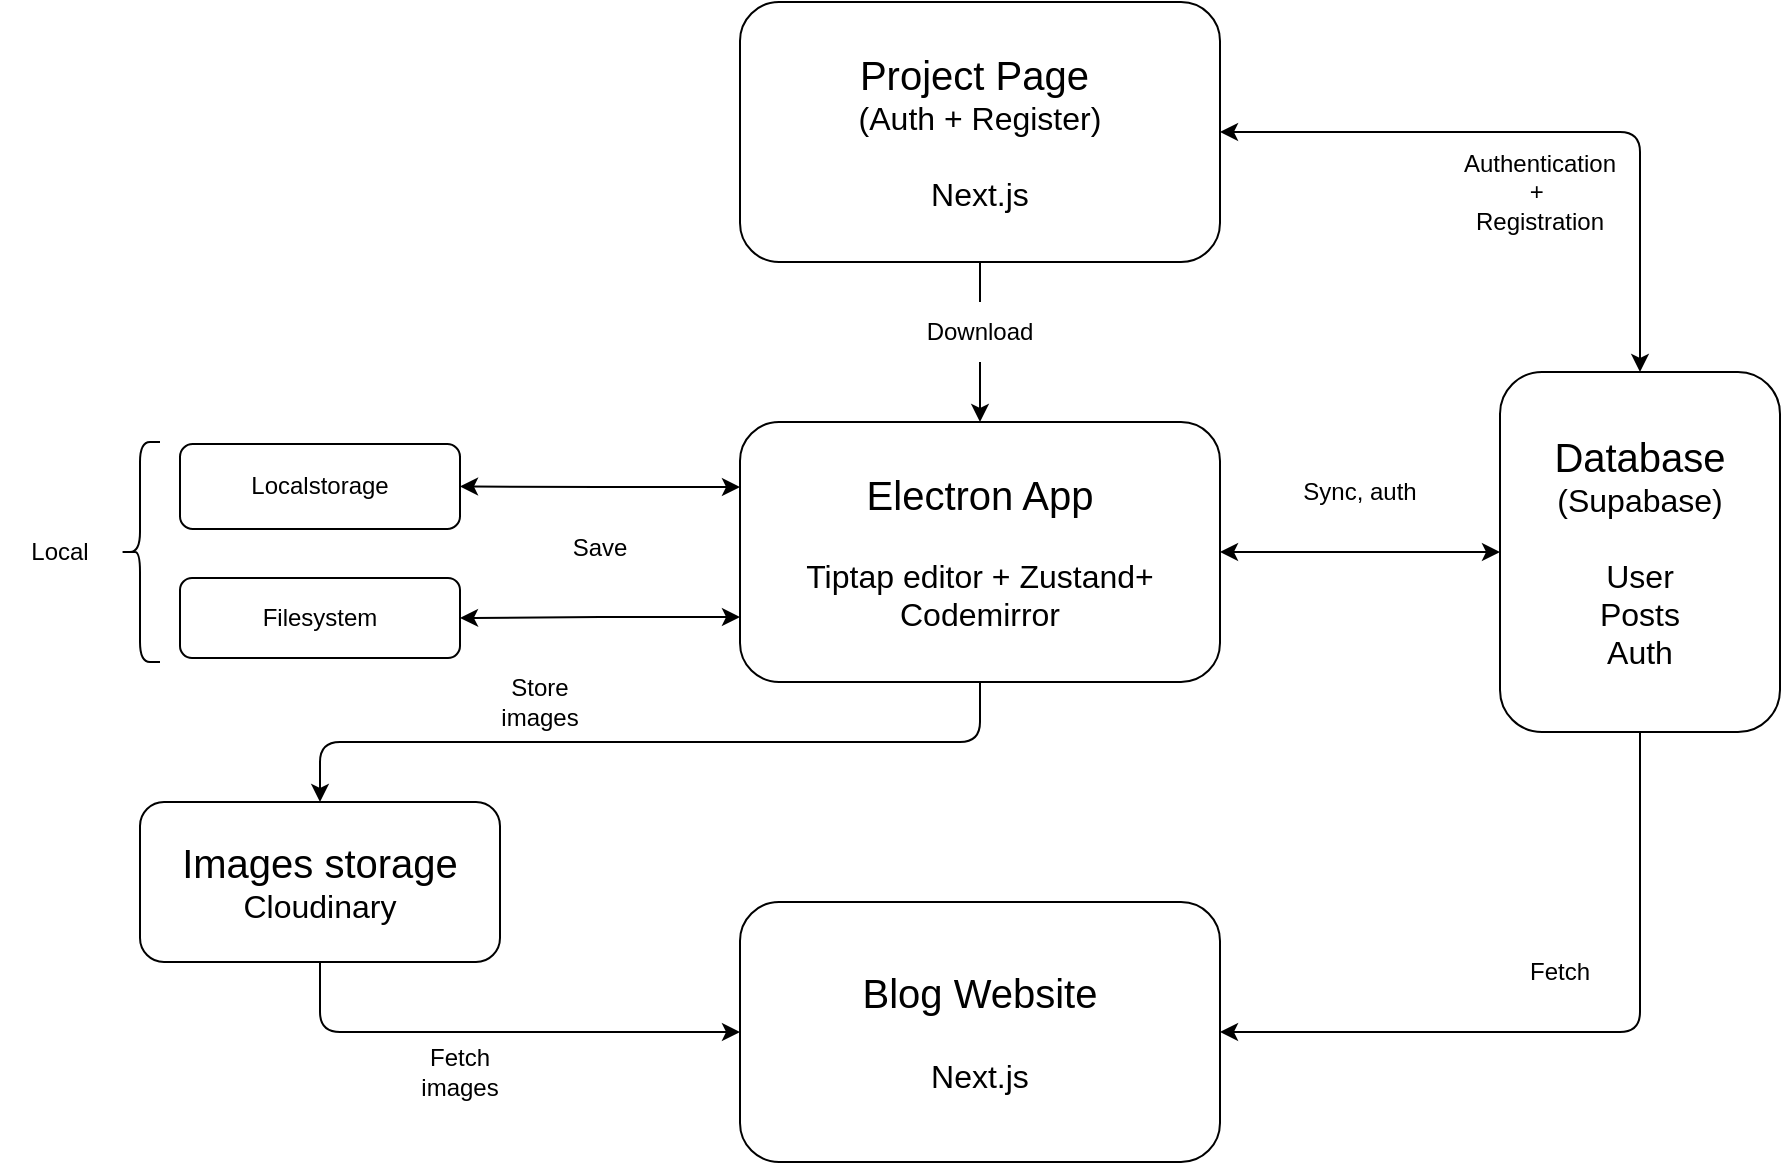
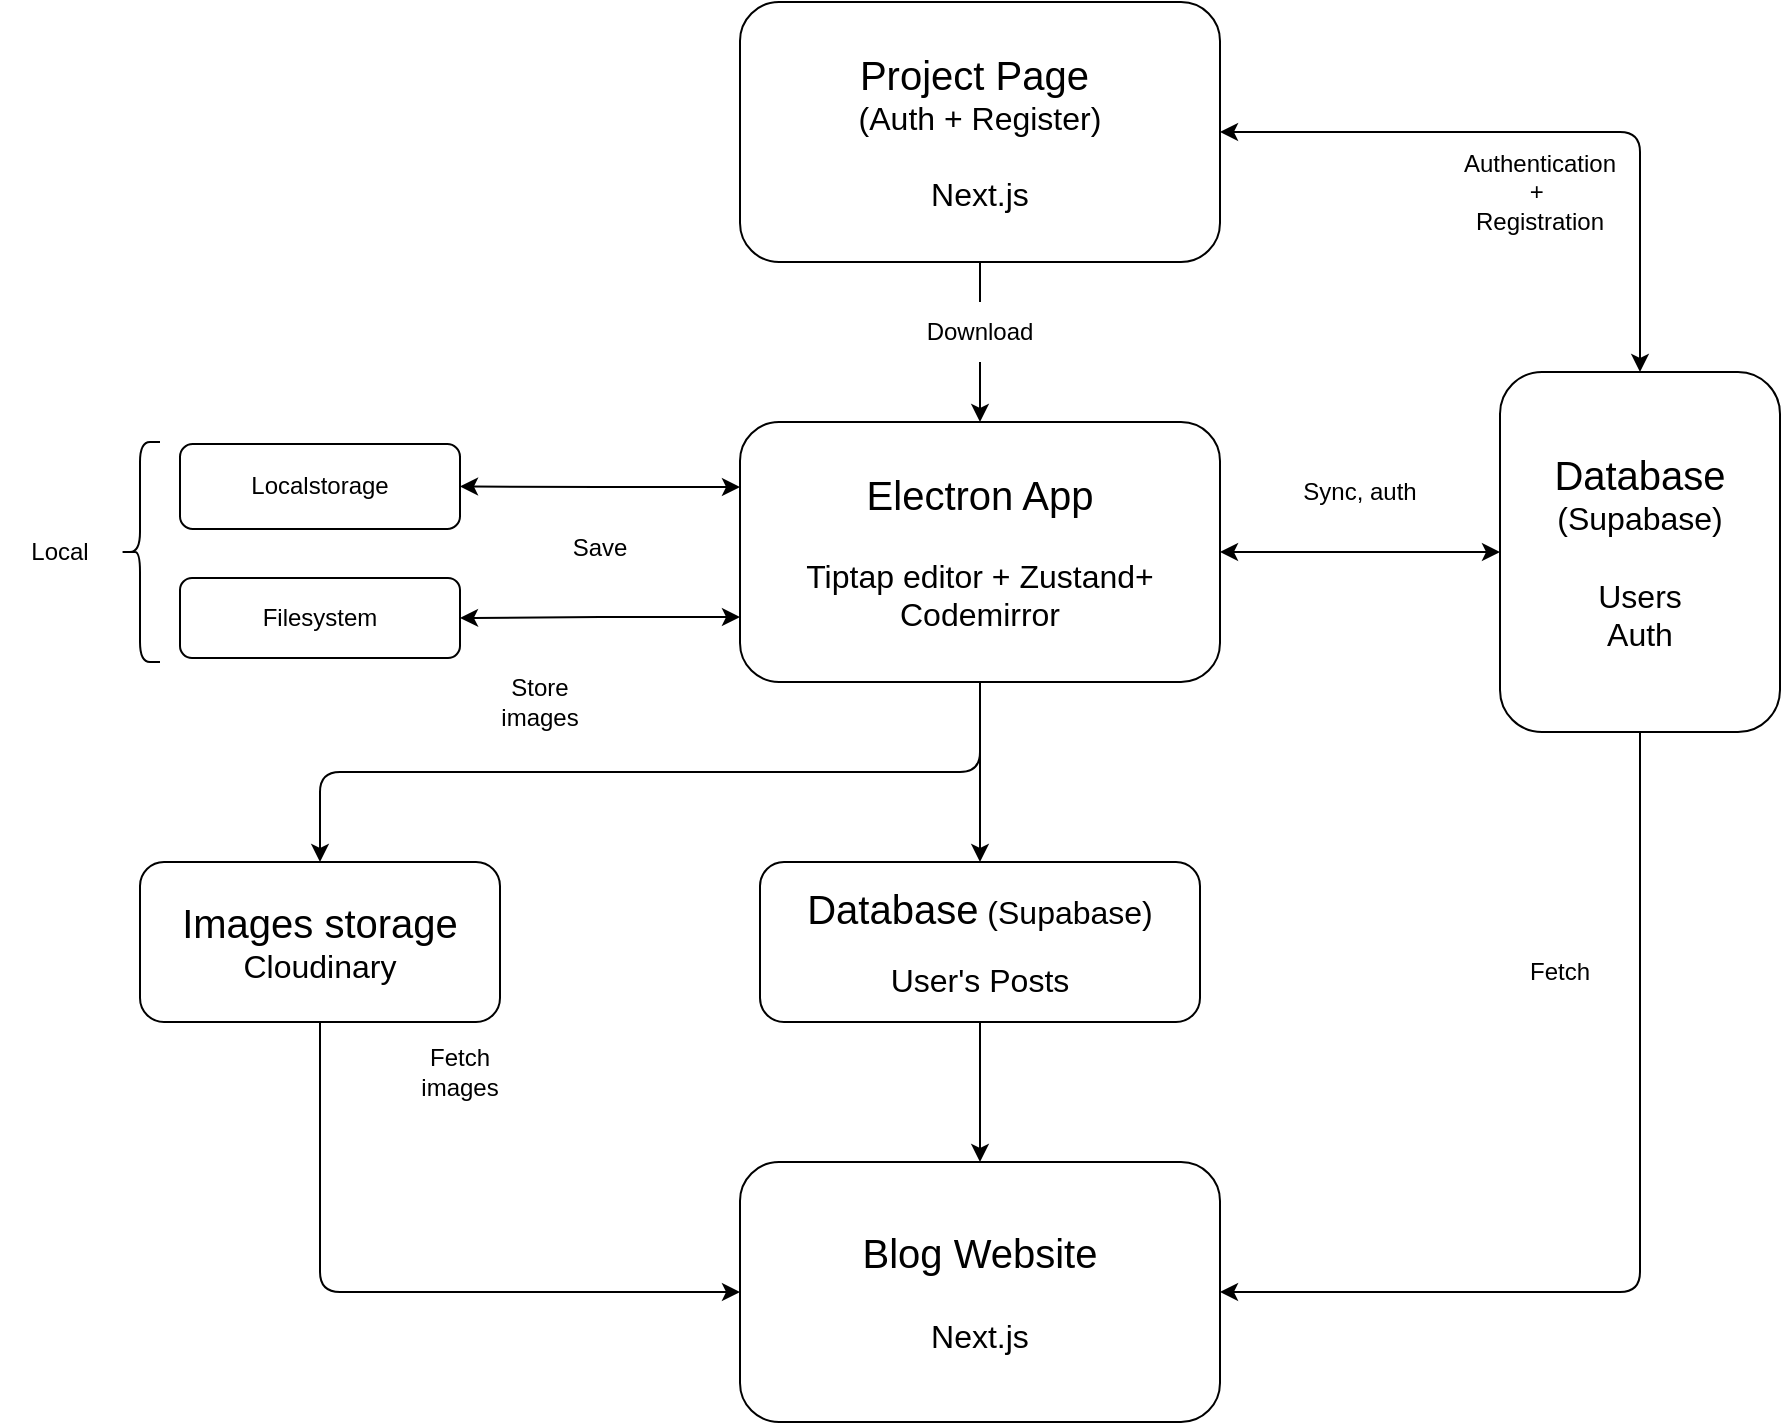
<mxfile host="app.diagrams.net">
  <diagram name="Página-1" id="Ov4H8QZxHRL6zFBvUA3Z">
-     <mxGraphModel dx="1570" dy="684" grid="1" gridSize="10" guides="1" tooltips="1" connect="1" arrows="1" fold="1" page="1" pageScale="1" pageWidth="2339" pageHeight="3300" math="0" shadow="0">
+     <mxGraphModel dx="1373" dy="598" grid="1" gridSize="10" guides="1" tooltips="1" connect="1" arrows="1" fold="1" page="1" pageScale="1" pageWidth="2339" pageHeight="3300" math="0" shadow="0">
      <root>
        <mxCell id="0" />
        <mxCell id="1" parent="0" />
        <mxCell id="NtwE37go12smj8WTYjW8-29" edge="1" parent="1" source="KEHBypfiPnHfp0EBQFIf-1" style="edgeStyle=orthogonalEdgeStyle;rounded=1;orthogonalLoop=1;jettySize=auto;html=1;exitX=0.5;exitY=1;exitDx=0;exitDy=0;entryX=0.5;entryY=0;entryDx=0;entryDy=0;curved=0;" target="NtwE37go12smj8WTYjW8-28">
          <mxGeometry relative="1" as="geometry" />
        </mxCell>
        <mxCell id="NtwE37go12smj8WTYjW8-33" edge="1" parent="1" source="KEHBypfiPnHfp0EBQFIf-1" style="edgeStyle=orthogonalEdgeStyle;rounded=0;orthogonalLoop=1;jettySize=auto;html=1;exitX=1;exitY=0.5;exitDx=0;exitDy=0;entryX=0;entryY=0.5;entryDx=0;entryDy=0;startArrow=classic;startFill=1;" target="KEHBypfiPnHfp0EBQFIf-5">
          <mxGeometry relative="1" as="geometry" />
        </mxCell>
        <mxCell id="NtwE37go12smj8WTYjW8-40" edge="1" parent="1" source="KEHBypfiPnHfp0EBQFIf-1" style="edgeStyle=orthogonalEdgeStyle;rounded=0;orthogonalLoop=1;jettySize=auto;html=1;exitX=0;exitY=0.25;exitDx=0;exitDy=0;entryX=1;entryY=0.5;entryDx=0;entryDy=0;startArrow=classic;startFill=1;" target="KEHBypfiPnHfp0EBQFIf-3">
          <mxGeometry relative="1" as="geometry" />
        </mxCell>
        <mxCell id="NtwE37go12smj8WTYjW8-41" edge="1" parent="1" source="KEHBypfiPnHfp0EBQFIf-1" style="edgeStyle=orthogonalEdgeStyle;rounded=0;orthogonalLoop=1;jettySize=auto;html=1;exitX=0;exitY=0.75;exitDx=0;exitDy=0;entryX=1;entryY=0.5;entryDx=0;entryDy=0;startArrow=classic;startFill=1;" target="KEHBypfiPnHfp0EBQFIf-7">
          <mxGeometry relative="1" as="geometry" />
        </mxCell>
+         <mxCell id="6twvnHkaNJoNjpq674TJ-2" edge="1" parent="1" source="KEHBypfiPnHfp0EBQFIf-1" style="edgeStyle=orthogonalEdgeStyle;rounded=0;orthogonalLoop=1;jettySize=auto;html=1;exitX=0.5;exitY=1;exitDx=0;exitDy=0;entryX=0.5;entryY=0;entryDx=0;entryDy=0;" target="6twvnHkaNJoNjpq674TJ-1">
+           <mxGeometry relative="1" as="geometry" />
+         </mxCell>
        <mxCell id="KEHBypfiPnHfp0EBQFIf-1" parent="1" style="rounded=1;whiteSpace=wrap;html=1;" value="&lt;font style=&quot;font-size: 20px;&quot;&gt;Electron App&lt;/font&gt;&lt;div&gt;&lt;font style=&quot;font-size: 16px;&quot;&gt;&lt;br&gt;&lt;/font&gt;&lt;/div&gt;&lt;div&gt;&lt;font style=&quot;font-size: 16px;&quot;&gt;Tiptap editor + Zustand+ Codemirror&lt;/font&gt;&lt;/div&gt;" vertex="1">
          <mxGeometry height="130" width="240" x="720" y="480" as="geometry" />
        </mxCell>
        <mxCell id="KEHBypfiPnHfp0EBQFIf-3" parent="1" style="rounded=1;whiteSpace=wrap;html=1;" value="Localstorage" vertex="1">
          <mxGeometry height="42.5" width="140" x="440" y="491" as="geometry" />
        </mxCell>
-         <mxCell id="KEHBypfiPnHfp0EBQFIf-5" parent="1" style="rounded=1;whiteSpace=wrap;html=1;" value="&lt;font style=&quot;font-size: 20px;&quot;&gt;Database&lt;/font&gt;&lt;font style=&quot;font-size: 16px;&quot;&gt; (Supabase)&lt;/font&gt;&lt;div&gt;&lt;font style=&quot;font-size: 16px;&quot;&gt;&lt;br&gt;&lt;/font&gt;&lt;/div&gt;&lt;div&gt;&lt;font style=&quot;font-size: 16px;&quot;&gt;User&lt;/font&gt;&lt;/div&gt;&lt;div&gt;&lt;font style=&quot;font-size: 16px;&quot;&gt;Posts&lt;/font&gt;&lt;/div&gt;&lt;div&gt;&lt;font style=&quot;font-size: 16px;&quot;&gt;Auth&lt;/font&gt;&lt;/div&gt;" vertex="1">
+         <mxCell id="KEHBypfiPnHfp0EBQFIf-5" parent="1" style="rounded=1;whiteSpace=wrap;html=1;" value="&lt;font style=&quot;font-size: 20px;&quot;&gt;Database&lt;/font&gt;&lt;font style=&quot;font-size: 16px;&quot;&gt; (Supabase)&lt;/font&gt;&lt;div&gt;&lt;font style=&quot;font-size: 16px;&quot;&gt;&lt;br&gt;&lt;/font&gt;&lt;/div&gt;&lt;div&gt;&lt;font style=&quot;font-size: 16px;&quot;&gt;Users&lt;/font&gt;&lt;/div&gt;&lt;div&gt;&lt;font style=&quot;font-size: 16px;&quot;&gt;Auth&lt;/font&gt;&lt;/div&gt;" vertex="1">
          <mxGeometry height="180" width="140" x="1100" y="455" as="geometry" />
        </mxCell>
        <mxCell id="KEHBypfiPnHfp0EBQFIf-7" parent="1" style="rounded=1;whiteSpace=wrap;html=1;" value="Filesystem" vertex="1">
          <mxGeometry height="40" width="140" x="440" y="558" as="geometry" />
        </mxCell>
        <mxCell id="KEHBypfiPnHfp0EBQFIf-8" parent="1" style="text;html=1;whiteSpace=wrap;strokeColor=none;fillColor=none;align=center;verticalAlign=middle;rounded=0;" value="Save" vertex="1">
          <mxGeometry height="30" width="60" x="620" y="528" as="geometry" />
        </mxCell>
        <mxCell id="KEHBypfiPnHfp0EBQFIf-9" parent="1" style="text;html=1;whiteSpace=wrap;strokeColor=none;fillColor=none;align=center;verticalAlign=middle;rounded=0;" value="Local" vertex="1">
          <mxGeometry height="30" width="60" x="350" y="530" as="geometry" />
        </mxCell>
        <mxCell id="KEHBypfiPnHfp0EBQFIf-10" parent="1" style="text;html=1;whiteSpace=wrap;strokeColor=none;fillColor=none;align=center;verticalAlign=middle;rounded=0;" value="Sync, auth" vertex="1">
          <mxGeometry height="30" width="60" x="1000" y="500" as="geometry" />
        </mxCell>
        <mxCell id="KEHBypfiPnHfp0EBQFIf-11" parent="1" style="shape=curlyBracket;whiteSpace=wrap;html=1;rounded=1;labelPosition=left;verticalLabelPosition=middle;align=right;verticalAlign=middle;" value="" vertex="1">
          <mxGeometry height="110" width="20" x="410" y="490" as="geometry" />
        </mxCell>
        <mxCell id="NtwE37go12smj8WTYjW8-31" edge="1" parent="1" source="NtwE37go12smj8WTYjW8-3" style="edgeStyle=orthogonalEdgeStyle;rounded=1;orthogonalLoop=1;jettySize=auto;html=1;exitX=1;exitY=0.5;exitDx=0;exitDy=0;entryX=0.5;entryY=1;entryDx=0;entryDy=0;startArrow=classic;startFill=1;endArrow=none;endFill=0;curved=0;" target="KEHBypfiPnHfp0EBQFIf-5">
          <mxGeometry relative="1" as="geometry" />
        </mxCell>
        <mxCell id="NtwE37go12smj8WTYjW8-3" parent="1" style="rounded=1;whiteSpace=wrap;html=1;" value="&lt;font style=&quot;font-size: 20px;&quot;&gt;Blog Website&lt;/font&gt;&lt;div&gt;&lt;font style=&quot;font-size: 16px;&quot;&gt;&lt;br&gt;&lt;/font&gt;&lt;/div&gt;&lt;div&gt;&lt;font style=&quot;font-size: 16px;&quot;&gt;Next.js&lt;/font&gt;&lt;/div&gt;" vertex="1">
-           <mxGeometry height="130" width="240" x="720" y="720" as="geometry" />
+           <mxGeometry height="130" width="240" x="720" y="850" as="geometry" />
        </mxCell>
        <mxCell id="NtwE37go12smj8WTYjW8-7" parent="1" style="text;html=1;whiteSpace=wrap;strokeColor=none;fillColor=none;align=center;verticalAlign=middle;rounded=0;" value="Fetch" vertex="1">
          <mxGeometry height="30" width="60" x="1100" y="740" as="geometry" />
        </mxCell>
        <mxCell id="NtwE37go12smj8WTYjW8-36" edge="1" parent="1" source="NtwE37go12smj8WTYjW8-8" style="edgeStyle=orthogonalEdgeStyle;rounded=0;orthogonalLoop=1;jettySize=auto;html=1;exitX=0.5;exitY=1;exitDx=0;exitDy=0;entryX=0.5;entryY=0;entryDx=0;entryDy=0;" target="KEHBypfiPnHfp0EBQFIf-1">
          <mxGeometry relative="1" as="geometry" />
        </mxCell>
        <mxCell id="NtwE37go12smj8WTYjW8-38" edge="1" parent="1" source="NtwE37go12smj8WTYjW8-8" style="edgeStyle=orthogonalEdgeStyle;rounded=1;orthogonalLoop=1;jettySize=auto;html=1;exitX=1;exitY=0.5;exitDx=0;exitDy=0;entryX=0.5;entryY=0;entryDx=0;entryDy=0;startArrow=classic;startFill=1;curved=0;" target="KEHBypfiPnHfp0EBQFIf-5">
          <mxGeometry relative="1" as="geometry" />
        </mxCell>
        <mxCell id="NtwE37go12smj8WTYjW8-8" parent="1" style="rounded=1;whiteSpace=wrap;html=1;" value="&lt;font style=&quot;font-size: 20px;&quot;&gt;Project Page&amp;nbsp;&lt;/font&gt;&lt;div&gt;&lt;font style=&quot;font-size: 16px;&quot;&gt;(Auth + Register)&lt;/font&gt;&lt;/div&gt;&lt;div&gt;&lt;font style=&quot;font-size: 16px;&quot;&gt;&lt;br&gt;&lt;/font&gt;&lt;/div&gt;&lt;div&gt;&lt;font style=&quot;font-size: 16px;&quot;&gt;Next.js&lt;/font&gt;&lt;/div&gt;" vertex="1">
          <mxGeometry height="130" width="240" x="720" y="270" as="geometry" />
        </mxCell>
        <mxCell id="NtwE37go12smj8WTYjW8-22" parent="1" style="text;html=1;whiteSpace=wrap;strokeColor=none;fillColor=default;align=center;verticalAlign=middle;rounded=0;" value="Authentication +&amp;nbsp;&lt;div&gt;Registration&lt;/div&gt;" vertex="1">
          <mxGeometry height="30" width="60" x="1090" y="350" as="geometry" />
        </mxCell>
        <mxCell id="NtwE37go12smj8WTYjW8-30" edge="1" parent="1" source="NtwE37go12smj8WTYjW8-28" style="edgeStyle=orthogonalEdgeStyle;rounded=1;orthogonalLoop=1;jettySize=auto;html=1;exitX=0.5;exitY=1;exitDx=0;exitDy=0;entryX=0;entryY=0.5;entryDx=0;entryDy=0;curved=0;" target="NtwE37go12smj8WTYjW8-3">
          <mxGeometry relative="1" as="geometry" />
        </mxCell>
        <mxCell id="NtwE37go12smj8WTYjW8-28" parent="1" style="rounded=1;whiteSpace=wrap;html=1;" value="&lt;font style=&quot;font-size: 20px;&quot;&gt;Images storage&lt;/font&gt;&lt;div&gt;&lt;font style=&quot;font-size: 16px;&quot;&gt;Cloudinary&lt;/font&gt;&lt;/div&gt;" vertex="1">
-           <mxGeometry height="80" width="180" x="420" y="670" as="geometry" />
+           <mxGeometry height="80" width="180" x="420" y="700" as="geometry" />
        </mxCell>
        <mxCell id="NtwE37go12smj8WTYjW8-37" parent="1" style="text;html=1;whiteSpace=wrap;align=center;verticalAlign=middle;rounded=0;fillColor=default;" value="Download" vertex="1">
          <mxGeometry height="30" width="60" x="810" y="420" as="geometry" />
        </mxCell>
        <mxCell id="NtwE37go12smj8WTYjW8-43" parent="1" style="text;html=1;whiteSpace=wrap;strokeColor=none;fillColor=none;align=center;verticalAlign=middle;rounded=0;" value="Store images" vertex="1">
          <mxGeometry height="30" width="60" x="590" y="605" as="geometry" />
        </mxCell>
        <mxCell id="NtwE37go12smj8WTYjW8-44" parent="1" style="text;html=1;whiteSpace=wrap;strokeColor=none;fillColor=none;align=center;verticalAlign=middle;rounded=0;" value="Fetch images" vertex="1">
          <mxGeometry height="30" width="60" x="550" y="790" as="geometry" />
        </mxCell>
+         <mxCell id="6twvnHkaNJoNjpq674TJ-3" edge="1" parent="1" source="6twvnHkaNJoNjpq674TJ-1" style="edgeStyle=orthogonalEdgeStyle;rounded=0;orthogonalLoop=1;jettySize=auto;html=1;exitX=0.5;exitY=1;exitDx=0;exitDy=0;entryX=0.5;entryY=0;entryDx=0;entryDy=0;" target="NtwE37go12smj8WTYjW8-3">
+           <mxGeometry relative="1" as="geometry" />
+         </mxCell>
+         <mxCell id="6twvnHkaNJoNjpq674TJ-1" parent="1" style="rounded=1;whiteSpace=wrap;html=1;" value="&lt;font style=&quot;font-size: 20px;&quot;&gt;Database&lt;/font&gt;&lt;font style=&quot;font-size: 16px;&quot;&gt; (Supabase)&lt;/font&gt;&lt;div&gt;&lt;br&gt;&lt;/div&gt;&lt;div&gt;&lt;font style=&quot;font-size: 16px;&quot;&gt;User&#39;s Posts&lt;/font&gt;&lt;/div&gt;" vertex="1">
+           <mxGeometry height="80" width="220" x="730" y="700" as="geometry" />
+         </mxCell>
      </root>
    </mxGraphModel>
  </diagram>
</mxfile>
